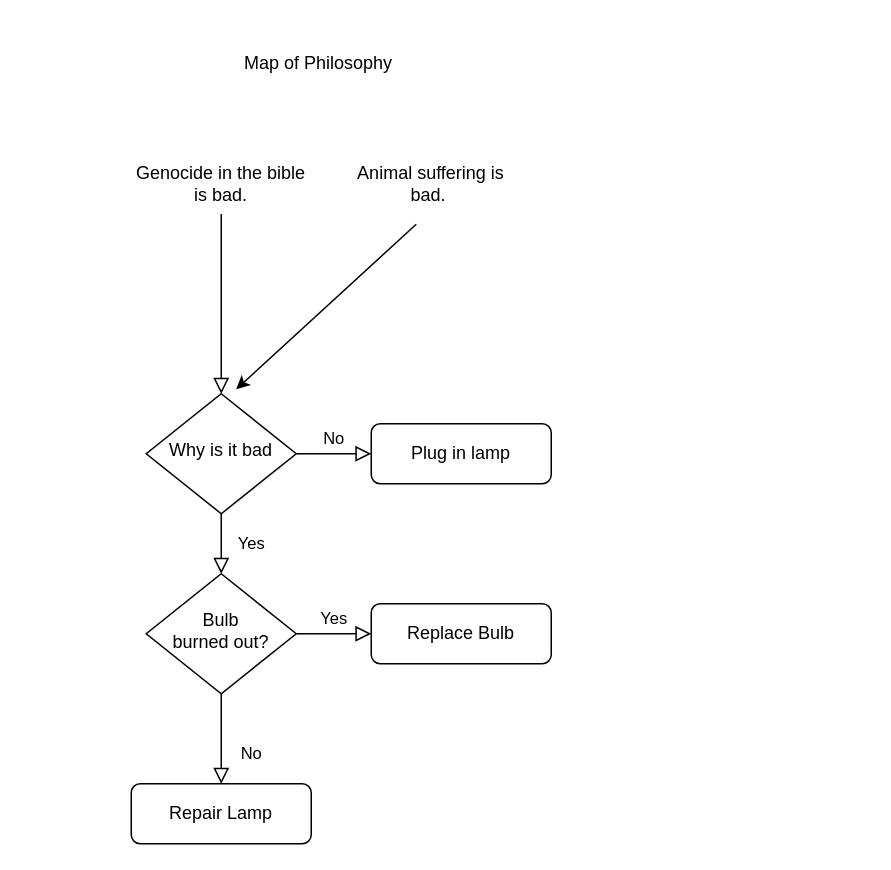
Above: draw.io/Foundations of Morality.drawio in harryg02/Map-of-Philosophy (draw.io), before the change. Source tidied: cells renumbered, new cells numbered last; positions are measured from the earlier drawing's top-left corner, leaving out a move shared by most shapes. Both pictures are drawn from the tidied source at 150%, with x=0, y=0 at pixel (130, 40).
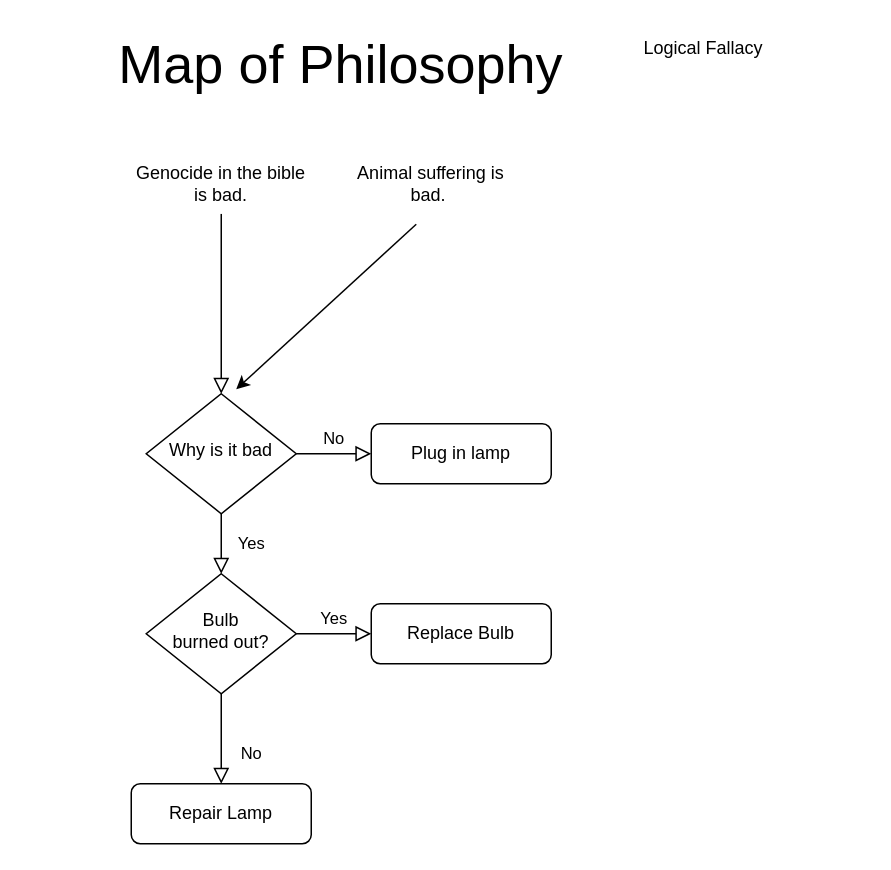
After the change.

Diff of the diagram source:
```diff
@@
 <mxGraphModel>
   <root>
     <mxCell id="0" />
     <mxCell id="1" parent="0" />
     <mxCell id="2" style="rounded=0;html=1;jettySize=auto;fontSize=11;endArrow=block;endFill=0;endSize=8;strokeWidth=1;shadow=0;labelBackgroundColor=none;edgeStyle=orthogonalEdgeStyle;exitX=0.5;exitY=1;exitDx=0;exitDy=0;" parent="1" edge="1" source="12" target="5">
       <mxGeometry relative="1" as="geometry" />
     </mxCell>
     <mxCell id="3" value="Yes" style="rounded=0;html=1;jettySize=auto;fontSize=11;endArrow=block;endFill=0;endSize=8;strokeWidth=1;shadow=0;labelBackgroundColor=none;edgeStyle=orthogonalEdgeStyle;" parent="1" edge="1" source="5" target="9">
       <mxGeometry y="20" relative="1" as="geometry" />
     </mxCell>
     <mxCell id="4" value="No" style="edgeStyle=orthogonalEdgeStyle;rounded=0;html=1;jettySize=auto;fontSize=11;endArrow=block;endFill=0;endSize=8;strokeWidth=1;shadow=0;labelBackgroundColor=none;" parent="1" edge="1" source="5" target="6">
       <mxGeometry y="10" relative="1" as="geometry" />
     </mxCell>
     <mxCell id="5" value="Why is it bad" style="rhombus;whiteSpace=wrap;html=1;shadow=0;fontFamily=Helvetica;fontSize=12;align=center;strokeWidth=1;spacing=6;spacingTop=-4;" parent="1" vertex="1">
       <mxGeometry x="10" y="235" width="100" height="80" as="geometry" />
     </mxCell>
     <mxCell id="6" value="Plug in lamp" style="rounded=1;whiteSpace=wrap;html=1;fontSize=12;glass=0;strokeWidth=1;shadow=0;" parent="1" vertex="1">
       <mxGeometry x="160" y="255" width="120" height="40" as="geometry" />
     </mxCell>
     <mxCell id="7" value="No" style="rounded=0;html=1;jettySize=auto;fontSize=11;endArrow=block;endFill=0;endSize=8;strokeWidth=1;shadow=0;labelBackgroundColor=none;edgeStyle=orthogonalEdgeStyle;" parent="1" edge="1" source="9" target="10">
       <mxGeometry x="0.33" y="20" relative="1" as="geometry" />
     </mxCell>
     <mxCell id="8" value="Yes" style="edgeStyle=orthogonalEdgeStyle;rounded=0;html=1;jettySize=auto;fontSize=11;endArrow=block;endFill=0;endSize=8;strokeWidth=1;shadow=0;labelBackgroundColor=none;" parent="1" edge="1" source="9" target="11">
       <mxGeometry y="10" relative="1" as="geometry" />
     </mxCell>
     <mxCell id="9" value="Bulb&lt;br&gt;burned out?" style="rhombus;whiteSpace=wrap;html=1;shadow=0;fontFamily=Helvetica;fontSize=12;align=center;strokeWidth=1;spacing=6;spacingTop=-4;" parent="1" vertex="1">
       <mxGeometry x="10" y="355" width="100" height="80" as="geometry" />
     </mxCell>
     <mxCell id="10" value="Repair Lamp" style="rounded=1;whiteSpace=wrap;html=1;fontSize=12;glass=0;strokeWidth=1;shadow=0;" parent="1" vertex="1">
       <mxGeometry y="495" width="120" height="40" as="geometry" />
     </mxCell>
     <mxCell id="11" value="Replace Bulb" style="rounded=1;whiteSpace=wrap;html=1;fontSize=12;glass=0;strokeWidth=1;shadow=0;" parent="1" vertex="1">
       <mxGeometry x="160" y="375" width="120" height="40" as="geometry" />
     </mxCell>
     <mxCell id="12" value="Genocide in the bible is bad." style="rounded=1;whiteSpace=wrap;html=1;fontSize=12;glass=0;strokeWidth=1;shadow=0;strokeColor=none;" parent="1" vertex="1">
       <mxGeometry y="75" width="120" height="40" as="geometry" />
     </mxCell>
     <mxCell id="13" value="Animal suffering is bad.&amp;nbsp;" style="rounded=1;whiteSpace=wrap;html=1;fontSize=12;glass=0;strokeWidth=1;shadow=0;strokeColor=none;" parent="1" vertex="1">
       <mxGeometry x="140" y="75" width="120" height="40" as="geometry" />
     </mxCell>
     <mxCell id="14" style="endArrow=classic;html=1;rounded=0;" parent="1" edge="1">
       <mxGeometry relative="1" as="geometry">
         <mxPoint x="190" y="122" as="sourcePoint" />
         <mxPoint x="70" y="232" as="targetPoint" />
       </mxGeometry>
     </mxCell>
-    <mxCell id="15" value="Map of Philosophy" style="text;html=1;align=center;verticalAlign=middle;whiteSpace=wrap;rounded=0;" parent="1" vertex="1">
-      <mxGeometry x="30" width="190" height="30" as="geometry" />
+    <mxCell id="15" value="&lt;font style=&quot;font-size: 36px;&quot;&gt;Map of Philosophy&lt;/font&gt;" style="text;html=1;align=center;verticalAlign=middle;whiteSpace=wrap;rounded=0;" parent="1" vertex="1">
+      <mxGeometry x="-70" width="420" height="30" as="geometry" />
     </mxCell>
+    <mxCell id="16" value="Logical Fallacy" style="text;html=1;align=left;verticalAlign=middle;whiteSpace=wrap;rounded=0;" parent="1" vertex="1">
+      <mxGeometry x="340" y="-10" width="150" height="30" as="geometry" />
+    </mxCell>
   </root>
 </mxGraphModel>
```
